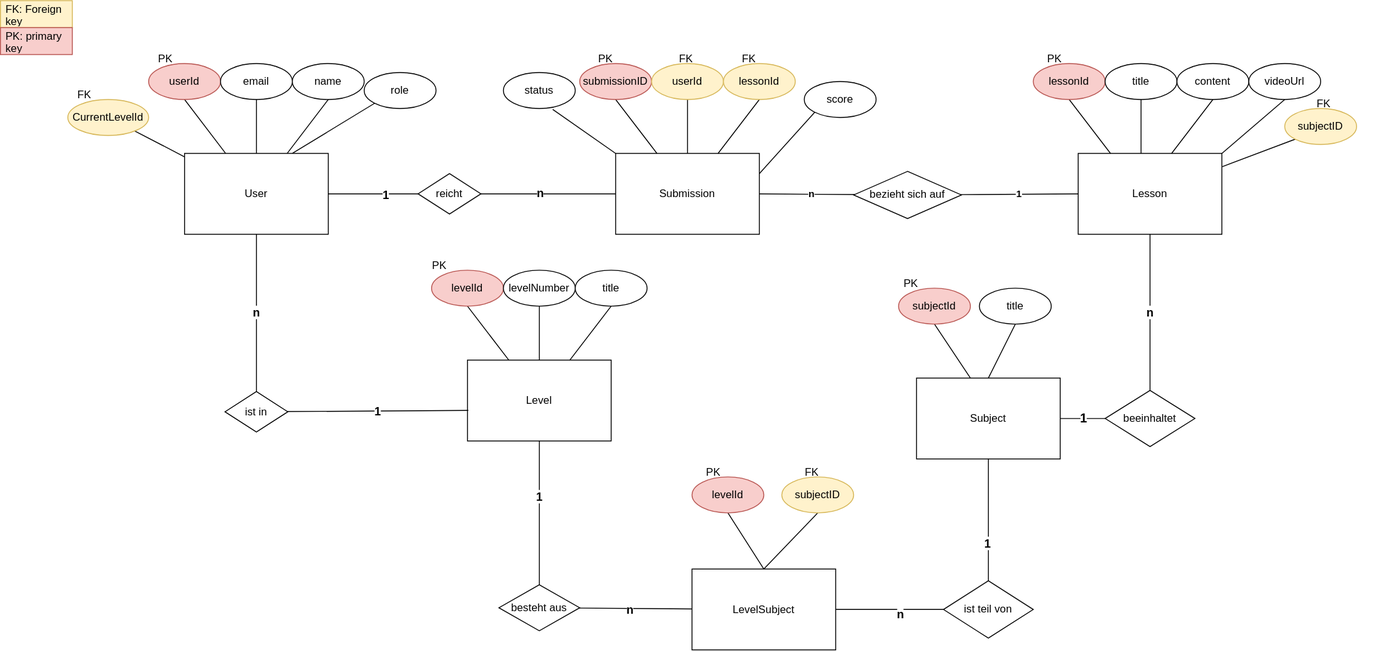
Above: docs/Visuals/er_diagram.drawio.svg in husse786/stellarcompass (draw.io), before the change. Source tidied: cells renumbered, new cells last; positions are measured from the earlier drawing's top-left corner, leaving out a move shared by most shapes.
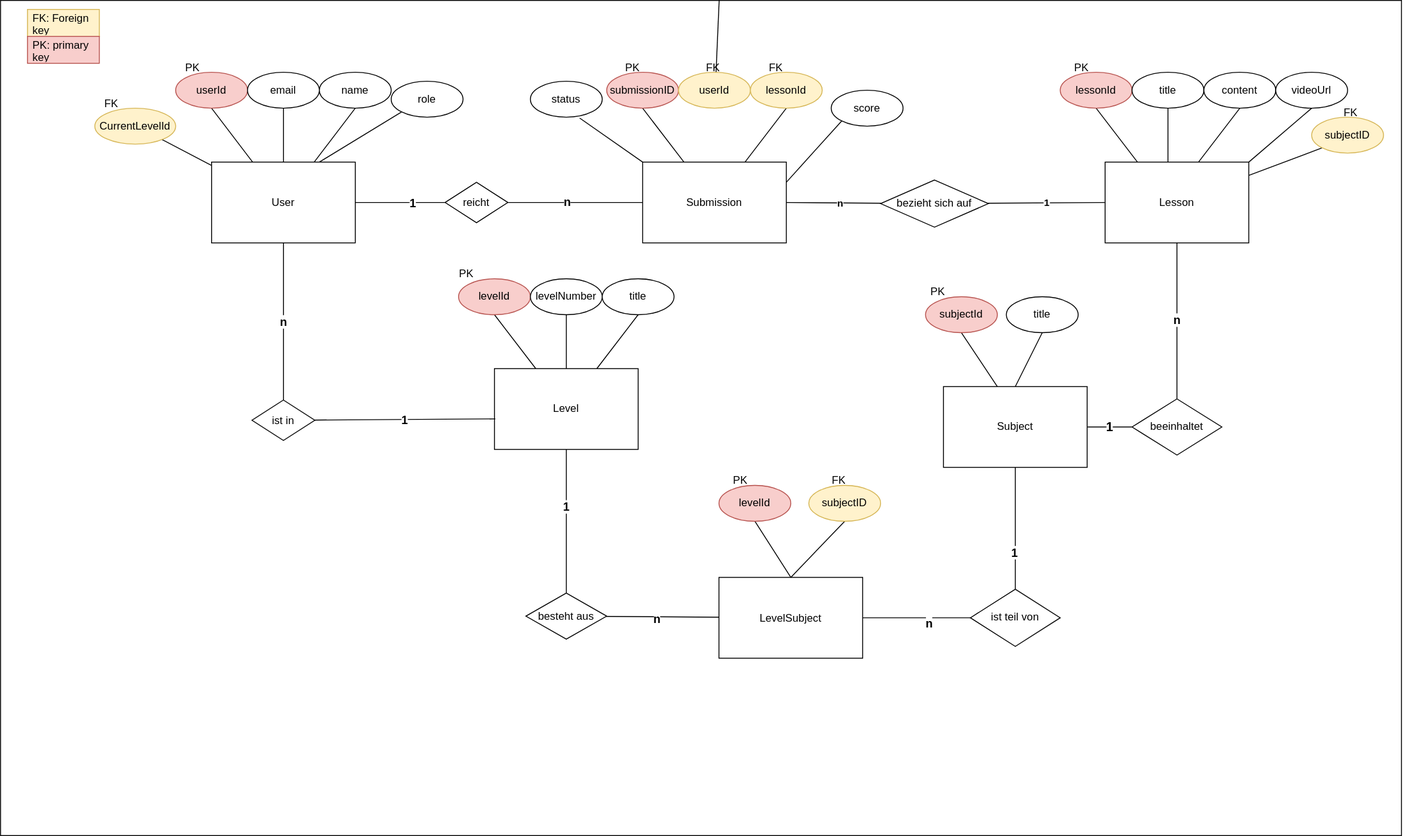
After the commit.

Commit message:
Black background of diagram is fixed

The edit, as a diff of the source:
```diff
@@ -2,6 +2,9 @@
   <root>
     <mxCell id="0" />
     <mxCell id="1" parent="0" />
+    <mxCell id="96" style="rounded=0;whiteSpace=wrap;html=1;" parent="1" vertex="1">
+      <mxGeometry x="-30" y="-10" width="1560" height="930" as="geometry" />
+    </mxCell>
     <mxCell id="2" style="group;" parent="1" vertex="1">
       <mxGeometry x="1030" y="320" width="330" height="190" as="geometry" />
     </mxCell>
@@ -253,10 +256,8 @@
         <mxPoint x="731" y="170" as="sourcePoint" />
       </mxGeometry>
     </mxCell>
-    <mxCell id="79" style="edgeStyle=none;html=1;entryX=0.5;entryY=1;entryDx=0;entryDy=0;endArrow=none;endFill=0;" parent="1" edge="1" target="82">
-      <mxGeometry relative="1" as="geometry">
-        <mxPoint x="765" y="170" as="sourcePoint" />
-      </mxGeometry>
+    <mxCell id="79" style="edgeStyle=none;html=1;entryX=0.5;entryY=1;entryDx=0;entryDy=0;endArrow=none;endFill=0;" parent="1" edge="1" source="96" target="82">
+      <mxGeometry relative="1" as="geometry" />
     </mxCell>
     <mxCell id="80" style="edgeStyle=none;html=1;entryX=0.5;entryY=1;entryDx=0;entryDy=0;endArrow=none;endFill=0;" parent="1" edge="1" target="83">
       <mxGeometry relative="1" as="geometry">
```
